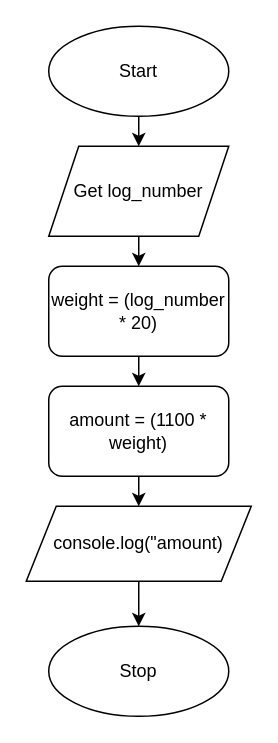
Above: Drawio/Flowchart.drawio in JacksonNaufal/ics4u-unit1-01-typescript (draw.io), before the change. Source tidied: cells renumbered, new cells numbered last; positions are measured from the earlier drawing's top-left corner, leaving out a move shared by most shapes. Both pictures are drawn from the tidied source at 150%, with x=0, y=0 at pixel (26, 26).
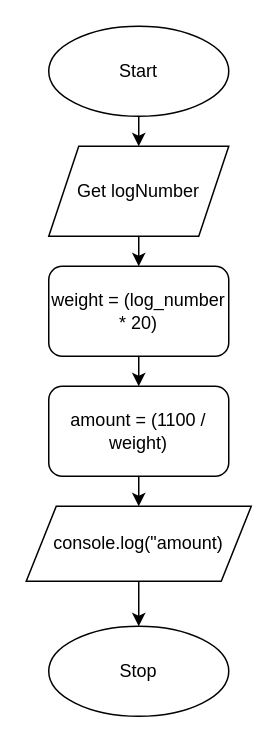
The same diagram, later.

What changed in the source:
```diff
@@
 <mxGraphModel>
   <root>
     <mxCell id="0" />
     <mxCell id="1" parent="0" />
     <mxCell id="2" style="edgeStyle=none;html=1;" parent="1" edge="1" source="3" target="6">
       <mxGeometry relative="1" as="geometry" />
     </mxCell>
     <mxCell id="3" value="Start" style="ellipse;whiteSpace=wrap;html=1;" parent="1" vertex="1">
       <mxGeometry x="15" width="120" height="60" as="geometry" />
     </mxCell>
     <mxCell id="4" value="Stop" style="ellipse;whiteSpace=wrap;html=1;" parent="1" vertex="1">
       <mxGeometry x="15" y="400" width="120" height="60" as="geometry" />
     </mxCell>
     <mxCell id="5" style="edgeStyle=none;html=1;" parent="1" edge="1" source="6" target="8">
       <mxGeometry relative="1" as="geometry" />
     </mxCell>
-    <mxCell id="6" value="Get log_number" style="shape=parallelogram;perimeter=parallelogramPerimeter;whiteSpace=wrap;html=1;fixedSize=1;" parent="1" vertex="1">
+    <mxCell id="6" value="Get logNumber" style="shape=parallelogram;perimeter=parallelogramPerimeter;whiteSpace=wrap;html=1;fixedSize=1;" parent="1" vertex="1">
       <mxGeometry x="15" y="80" width="120" height="60" as="geometry" />
     </mxCell>
     <mxCell id="7" style="edgeStyle=none;html=1;" parent="1" edge="1" source="8" target="10">
       <mxGeometry relative="1" as="geometry" />
     </mxCell>
     <mxCell id="8" value="weight = (log_number * 20)" style="rounded=1;whiteSpace=wrap;html=1;" parent="1" vertex="1">
       <mxGeometry x="15" y="160" width="120" height="60" as="geometry" />
     </mxCell>
     <mxCell id="9" style="edgeStyle=none;html=1;" parent="1" edge="1" source="10" target="12">
       <mxGeometry relative="1" as="geometry" />
     </mxCell>
-    <mxCell id="10" value="amount = (1100 * weight)" style="rounded=1;whiteSpace=wrap;html=1;" parent="1" vertex="1">
+    <mxCell id="10" value="amount = (1100 / weight)" style="rounded=1;whiteSpace=wrap;html=1;" parent="1" vertex="1">
       <mxGeometry x="15" y="240" width="120" height="60" as="geometry" />
     </mxCell>
     <mxCell id="11" style="edgeStyle=none;html=1;" parent="1" edge="1" source="12" target="4">
       <mxGeometry relative="1" as="geometry" />
     </mxCell>
     <mxCell id="12" value="console.log(&quot;amount)" style="shape=parallelogram;perimeter=parallelogramPerimeter;whiteSpace=wrap;html=1;fixedSize=1;" parent="1" vertex="1">
       <mxGeometry y="320" width="150" height="50" as="geometry" />
     </mxCell>
   </root>
 </mxGraphModel>
```
